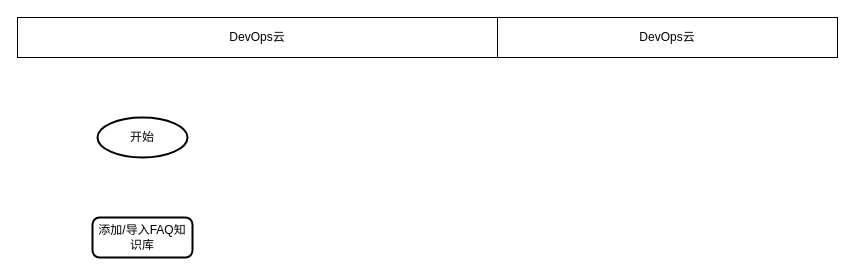
Above: FAQ总体流程图.drawio in HuaHero/OnLineFaq (draw.io), before the change. Source tidied: cells renumbered, new cells numbered last; positions are measured from the earlier drawing's top-left corner, leaving out a move shared by most shapes. Both pictures are drawn from the tidied source at 100%, with x=0, y=0 at pixel (17, 17).
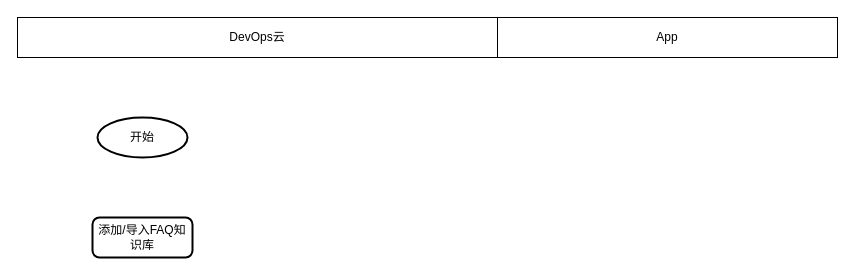
The same page after the edit.

Commit message (it also covers changes not shown here):
更新FAQ总体流程图.drawio

Diff of the diagram source:
```diff
@@
 <mxGraphModel>
   <root>
     <mxCell id="0" />
     <mxCell id="1" parent="0" />
     <mxCell id="2" value="DevOps云" style="rounded=0;whiteSpace=wrap;html=1;" parent="1" vertex="1">
       <mxGeometry width="480" height="40" as="geometry" />
     </mxCell>
     <mxCell id="3" value="开始" style="strokeWidth=2;html=1;shape=mxgraph.flowchart.start_1;whiteSpace=wrap;" parent="1" vertex="1">
       <mxGeometry x="80" y="100" width="90" height="40" as="geometry" />
     </mxCell>
     <mxCell id="4" value="添加/导入FAQ知识库" style="rounded=1;whiteSpace=wrap;html=1;absoluteArcSize=1;arcSize=14;strokeWidth=2;" parent="1" vertex="1">
       <mxGeometry x="75" y="200" width="100" height="40" as="geometry" />
     </mxCell>
-    <mxCell id="5" value="DevOps云" style="rounded=0;whiteSpace=wrap;html=1;" parent="1" vertex="1">
+    <mxCell id="5" value="App" style="rounded=0;whiteSpace=wrap;html=1;" parent="1" vertex="1">
       <mxGeometry x="480" width="340" height="40" as="geometry" />
     </mxCell>
   </root>
 </mxGraphModel>
```
